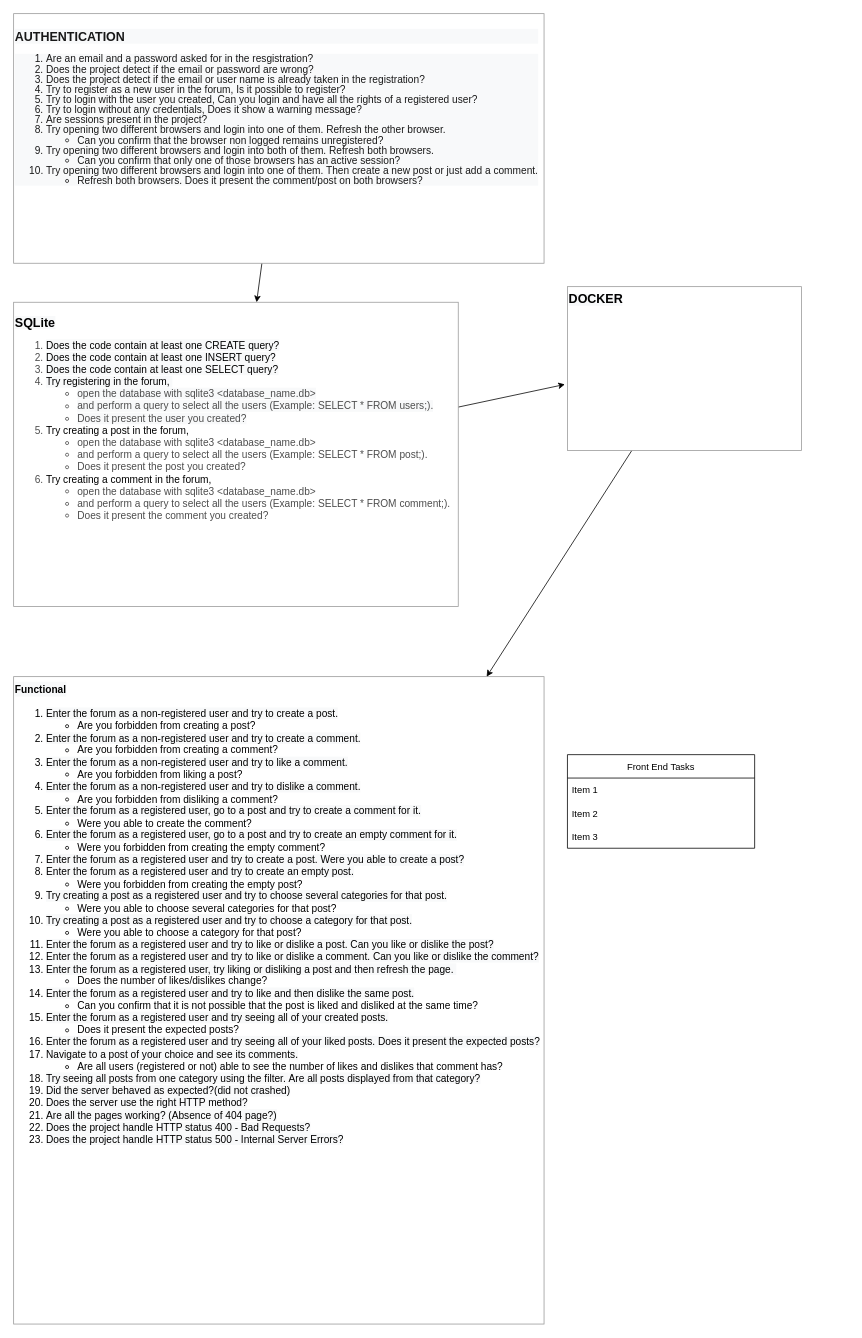
This is UML.drawio from HannahEA/forum, a draw.io file, before an edit. Source tidied: cells renumbered, new cells numbered last; positions are measured from the earlier drawing's top-left corner, leaving out a move shared by most shapes. Both pictures are drawn from the tidied source at 78%, with x=0, y=0 at pixel (13, 13).
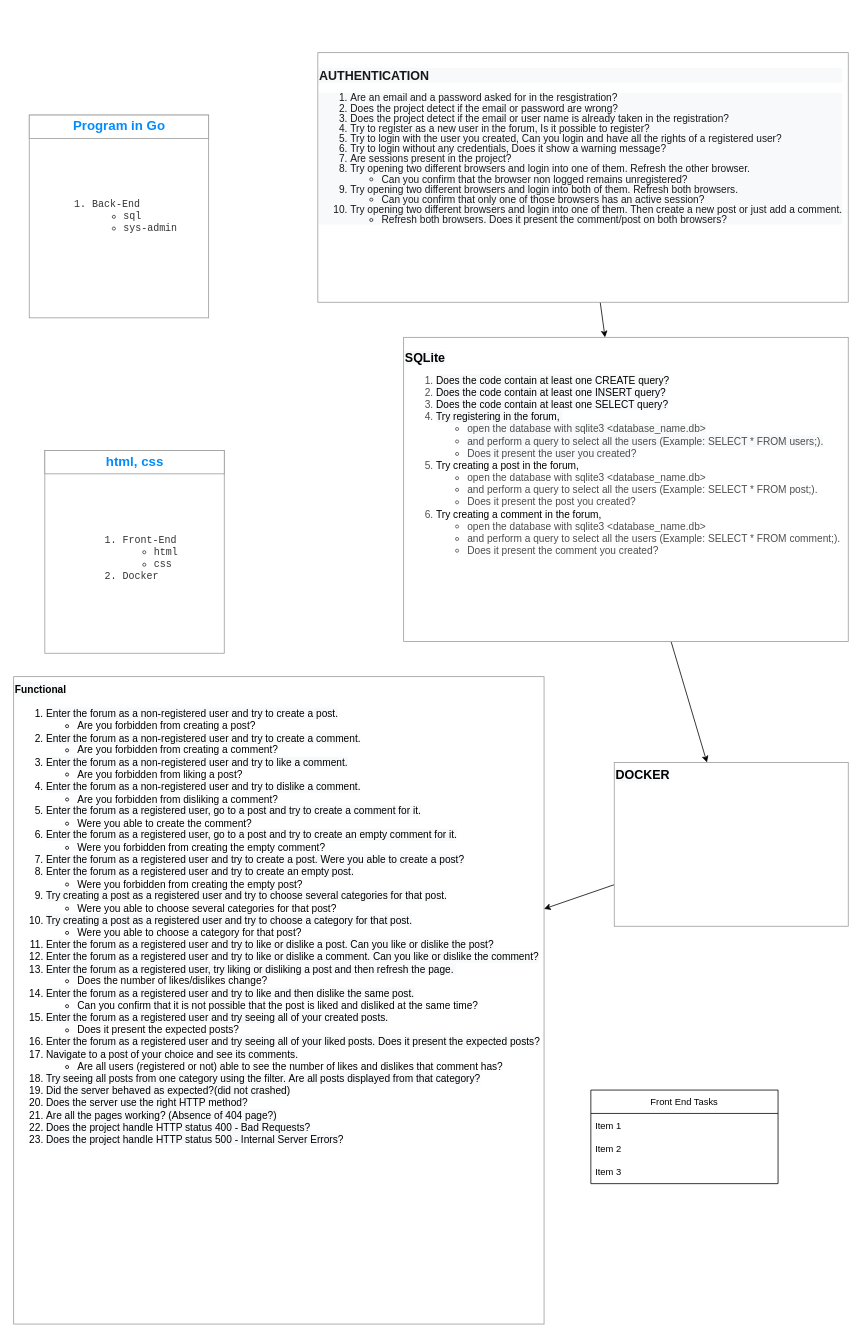
The same page after the edit.

What changed in the source:
```diff
@@
 <mxGraphModel>
   <root>
     <mxCell id="0" />
     <mxCell id="1" parent="0" />
     <mxCell id="2" value="Front End Tasks" style="swimlane;fontStyle=0;horizontal=1;startSize=30;" parent="1" vertex="1">
-      <mxGeometry x="710" y="950" width="240" height="120" as="geometry" />
+      <mxGeometry x="740" y="1380" width="240" height="120" as="geometry" />
     </mxCell>
     <mxCell id="3" value="Item 1" style="text;strokeColor=none;fillColor=none;align=left;verticalAlign=middle;spacingLeft=4;spacingRight=4;overflow=hidden;" parent="2" vertex="1">
       <mxGeometry y="30" width="240" height="30" as="geometry" />
     </mxCell>
     <mxCell id="4" value="Item 2" style="text;strokeColor=none;fillColor=none;align=left;verticalAlign=middle;spacingLeft=4;spacingRight=4;overflow=hidden;" parent="2" vertex="1">
       <mxGeometry y="60" width="240" height="30" as="geometry" />
     </mxCell>
     <mxCell id="5" value="Item 3" style="text;strokeColor=none;fillColor=none;align=left;verticalAlign=middle;spacingLeft=4;spacingRight=4;overflow=hidden;" parent="2" vertex="1">
       <mxGeometry y="90" width="240" height="30" as="geometry" />
     </mxCell>
     <mxCell id="6" style="edgeStyle=none;html=1;fontSize=13;fontColor=#4D4D4D;" parent="1" edge="1" source="7" target="9">
       <mxGeometry relative="1" as="geometry" />
     </mxCell>
     <mxCell id="7" value="&lt;p style=&quot;line-height: 0.8 ; font-size: 13px&quot;&gt;&lt;/p&gt;&lt;div style=&quot;color: rgb(0 , 0 , 0) ; font-family: &amp;#34;helvetica&amp;#34; ; font-style: normal ; letter-spacing: normal ; text-indent: 0px ; text-transform: none ; word-spacing: 0px ; background-color: rgb(248 , 249 , 250)&quot;&gt;&lt;b&gt;&lt;font style=&quot;font-size: 16px&quot;&gt;AUTHENTICATION&lt;/font&gt;&lt;/b&gt;&lt;br style=&quot;font-size: 13px&quot;&gt;&lt;/div&gt;&lt;div style=&quot;color: rgb(0 , 0 , 0) ; font-family: &amp;#34;helvetica&amp;#34; ; font-style: normal ; font-weight: 400 ; letter-spacing: normal ; text-indent: 0px ; text-transform: none ; word-spacing: 0px ; background-color: rgb(248 , 249 , 250) ; font-size: 13px ; line-height: 1&quot;&gt;&lt;ol style=&quot;font-size: 13px&quot;&gt;&lt;li style=&quot;font-size: 13px&quot;&gt;&lt;div style=&quot;font-family: &amp;#34;helvetica&amp;#34; ; display: inline ; font-size: 13px&quot;&gt;Are an email and a password asked for in the resgistration?&lt;/div&gt;&lt;/li&gt;&lt;li style=&quot;font-size: 13px&quot;&gt;Does the project detect if the email or password are wrong?&lt;/li&gt;&lt;li style=&quot;font-size: 13px&quot;&gt;Does the project detect if the email or user name is already taken in the registration?&lt;/li&gt;&lt;li style=&quot;font-size: 13px&quot;&gt;Try to register as a new user in the forum,&amp;nbsp;Is it possible to register?&lt;/li&gt;&lt;li style=&quot;font-size: 13px&quot;&gt;Try to login with the user you created,&amp;nbsp;Can you login and have all the rights of a registered user?&lt;/li&gt;&lt;li style=&quot;font-size: 13px&quot;&gt;Try to login without any credentials,&amp;nbsp;Does it show a warning message?&lt;/li&gt;&lt;li style=&quot;font-size: 13px&quot;&gt;Are sessions present in the project?&lt;/li&gt;&lt;li style=&quot;font-size: 13px&quot;&gt;Try opening two different browsers and login into one of them. Refresh the other browser.&amp;nbsp;&lt;/li&gt;&lt;ul&gt;&lt;li&gt;Can you confirm that the browser non logged remains unregistered?&lt;/li&gt;&lt;/ul&gt;&lt;li style=&quot;font-size: 13px&quot;&gt;Try opening two different browsers and login into both of them. Refresh both browsers.&amp;nbsp;&lt;/li&gt;&lt;ul&gt;&lt;li&gt;Can you confirm that only one of those browsers has an active session?&lt;/li&gt;&lt;/ul&gt;&lt;li style=&quot;font-size: 13px&quot;&gt;Try opening two different browsers and login into one of them. Then create a new post or just add a comment.&lt;/li&gt;&lt;ul&gt;&lt;li&gt;Refresh both browsers.&amp;nbsp;Does it present the comment/post on both browsers?&lt;/li&gt;&lt;/ul&gt;&lt;/ol&gt;&lt;/div&gt;&lt;p style=&quot;font-size: 13px&quot;&gt;&lt;/p&gt;" style="strokeWidth=1;shadow=0;dashed=0;align=left;html=1;shape=mxgraph.mockup.forms.rrect;rSize=0;strokeColor=#999999;fillColor=#ffffff;rounded=0;labelBackgroundColor=#ffffff;verticalAlign=top;textOpacity=90;fontSize=13;" parent="1" vertex="1">
-      <mxGeometry width="680" height="320" as="geometry" />
+      <mxGeometry x="390" y="50" width="680" height="320" as="geometry" />
     </mxCell>
-    <mxCell id="8" style="edgeStyle=none;html=1;entryX=-0.011;entryY=0.597;entryDx=0;entryDy=0;entryPerimeter=0;fontSize=13;fontColor=#4D4D4D;" parent="1" edge="1" source="9" target="12">
+    <mxCell id="8" style="edgeStyle=none;html=1;fontSize=13;fontColor=#4D4D4D;" parent="1" edge="1" source="9" target="12">
       <mxGeometry relative="1" as="geometry" />
     </mxCell>
     <mxCell id="9" value="&lt;p style=&quot;line-height: 1 ; font-size: 12px&quot;&gt;&lt;span style=&quot;font-size: 16px ; color: rgb(0 , 0 , 0) ; background-color: rgb(248 , 249 , 250)&quot;&gt;&lt;b&gt;SQLite&lt;/b&gt;&lt;/span&gt;&lt;br&gt;&lt;/p&gt;&lt;p style=&quot;line-height: 1.3 ; font-size: 12px&quot;&gt;&lt;/p&gt;&lt;ol&gt;&lt;li&gt;&lt;span style=&quot;background-color: rgb(248 , 249 , 250)&quot;&gt;&lt;font color=&quot;#000000&quot; style=&quot;font-size: 13px&quot;&gt;Does the code contain at least one CREATE query?&lt;/font&gt;&lt;/span&gt;&lt;/li&gt;&lt;li&gt;&lt;span style=&quot;background-color: rgb(248 , 249 , 250)&quot;&gt;&lt;font color=&quot;#000000&quot; style=&quot;font-size: 13px&quot;&gt;Does the code contain at least one INSERT query?&lt;br style=&quot;padding: 0px ; margin: 0px&quot;&gt;&lt;/font&gt;&lt;/span&gt;&lt;/li&gt;&lt;li&gt;&lt;span style=&quot;background-color: rgb(248 , 249 , 250)&quot;&gt;&lt;font color=&quot;#000000&quot; style=&quot;font-size: 13px&quot;&gt;Does the code contain at least one SELECT query?&lt;br style=&quot;padding: 0px ; margin: 0px&quot;&gt;&lt;/font&gt;&lt;/span&gt;&lt;/li&gt;&lt;li&gt;&lt;span style=&quot;background-color: rgb(248 , 249 , 250)&quot;&gt;&lt;font color=&quot;#000000&quot; style=&quot;font-size: 13px&quot;&gt;Try registering in the forum,&amp;nbsp;&lt;/font&gt;&lt;/span&gt;&lt;/li&gt;&lt;ul&gt;&lt;li&gt;&lt;span style=&quot;background-color: rgb(248 , 249 , 250)&quot;&gt;open the database with sqlite3 &amp;lt;database_name.db&amp;gt;&lt;/span&gt;&lt;/li&gt;&lt;li&gt;&lt;span style=&quot;background-color: rgb(248 , 249 , 250)&quot;&gt;and perform a query to select all the users (Example: SELECT * FROM users;).&lt;/span&gt;&lt;/li&gt;&lt;li&gt;&lt;span style=&quot;background-color: rgb(248 , 249 , 250)&quot;&gt;Does it present the user you created?&lt;/span&gt;&lt;/li&gt;&lt;/ul&gt;&lt;li&gt;&lt;font color=&quot;#000000&quot; style=&quot;font-size: 13px&quot;&gt;Try creating a post in the forum,&amp;nbsp;&lt;/font&gt;&lt;/li&gt;&lt;ul&gt;&lt;li&gt;open the database with sqlite3 &amp;lt;database_name.db&amp;gt;&amp;nbsp;&lt;/li&gt;&lt;li&gt;and perform a query to select all the users (Example: SELECT * FROM post;).&lt;/li&gt;&lt;li&gt;Does it present the post you created?&lt;/li&gt;&lt;/ul&gt;&lt;li&gt;&lt;font color=&quot;#000000&quot; style=&quot;font-size: 13px&quot;&gt;Try creating a comment in the forum,&amp;nbsp;&lt;/font&gt;&lt;/li&gt;&lt;ul&gt;&lt;li&gt;open the database with sqlite3 &amp;lt;database_name.db&amp;gt;&amp;nbsp;&lt;/li&gt;&lt;li&gt;and perform a query to select all the users (Example: SELECT * FROM comment;).&amp;nbsp;&lt;/li&gt;&lt;li&gt;Does it present the comment you created?&lt;/li&gt;&lt;/ul&gt;&lt;/ol&gt;&lt;p&gt;&lt;/p&gt;&lt;p&gt;&lt;/p&gt;" style="strokeWidth=1;shadow=0;dashed=0;align=left;html=1;shape=mxgraph.mockup.forms.rrect;rSize=0;strokeColor=#999999;fillColor=#ffffff;rounded=0;labelBackgroundColor=#ffffff;fontSize=13;fontColor=#4D4D4D;verticalAlign=top;" parent="1" vertex="1">
-      <mxGeometry y="370" width="570" height="390" as="geometry" />
+      <mxGeometry x="500" y="415" width="570" height="390" as="geometry" />
     </mxCell>
     <mxCell id="10" value="&lt;span style=&quot;color: rgb(0 , 0 , 0) ; background-color: rgb(248 , 249 , 250)&quot;&gt;&lt;font style=&quot;font-size: 13px&quot;&gt;&lt;b&gt;Functional&lt;/b&gt;&lt;br&gt;&lt;ol&gt;&lt;li&gt;&lt;span style=&quot;color: rgb(0 , 0 , 0) ; background-color: rgb(248 , 249 , 250)&quot;&gt;Enter the forum as a non-registered user and try to create a post.&lt;/span&gt;&lt;/li&gt;&lt;ul&gt;&lt;li&gt;Are you forbidden from creating a post?&lt;/li&gt;&lt;/ul&gt;&lt;li&gt;&lt;span style=&quot;color: rgb(0 , 0 , 0) ; background-color: rgb(248 , 249 , 250)&quot;&gt;Enter the forum as a non-registered user and try to create a comment.&lt;/span&gt;&lt;/li&gt;&lt;ul&gt;&lt;li&gt;Are you forbidden from creating a comment?&lt;/li&gt;&lt;/ul&gt;&lt;li&gt;&lt;span style=&quot;color: rgb(0 , 0 , 0) ; background-color: rgb(248 , 249 , 250)&quot;&gt;Enter the forum as a non-registered user and try to like a comment.&lt;/span&gt;&lt;/li&gt;&lt;ul&gt;&lt;li&gt;Are you forbidden from liking a post?&lt;/li&gt;&lt;/ul&gt;&lt;li&gt;&lt;span style=&quot;color: rgb(0 , 0 , 0) ; background-color: rgb(248 , 249 , 250)&quot;&gt;Enter the forum as a non-registered user and try to dislike a comment.&lt;/span&gt;&lt;/li&gt;&lt;ul&gt;&lt;li&gt;Are you forbidden from disliking a comment?&lt;/li&gt;&lt;/ul&gt;&lt;li&gt;&lt;span style=&quot;color: rgb(0 , 0 , 0) ; background-color: rgb(248 , 249 , 250)&quot;&gt;Enter the forum as a registered user, go to a post and try to create a comment for it.&lt;/span&gt;&lt;/li&gt;&lt;ul&gt;&lt;li&gt;Were you able to create the comment?&lt;/li&gt;&lt;/ul&gt;&lt;li&gt;&lt;span style=&quot;color: rgb(0 , 0 , 0) ; background-color: rgb(248 , 249 , 250)&quot;&gt;Enter the forum as a registered user, go to a post and try to create an empty comment for it.&lt;/span&gt;&lt;/li&gt;&lt;ul&gt;&lt;li&gt;Were you forbidden from creating the empty comment?&lt;/li&gt;&lt;/ul&gt;&lt;li&gt;&lt;span style=&quot;color: rgb(0 , 0 , 0) ; background-color: rgb(248 , 249 , 250)&quot;&gt;Enter the forum as a registered user and try to create a post.&amp;nbsp;&lt;/span&gt;&lt;span style=&quot;color: rgb(0 , 0 , 0) ; background-color: rgb(248 , 249 , 250)&quot;&gt;Were you able to create a post?&lt;/span&gt;&lt;/li&gt;&lt;li&gt;&lt;span style=&quot;color: rgb(0 , 0 , 0) ; background-color: rgb(248 , 249 , 250)&quot;&gt;Enter the forum as a registered user and try to create an empty post.&lt;/span&gt;&lt;/li&gt;&lt;ul&gt;&lt;li&gt;Were you forbidden from creating the empty post?&lt;/li&gt;&lt;/ul&gt;&lt;li&gt;&lt;span style=&quot;color: rgb(0 , 0 , 0) ; background-color: rgb(248 , 249 , 250)&quot;&gt;Try creating a post as a registered user and try to choose several categories for that post.&lt;/span&gt;&lt;/li&gt;&lt;ul&gt;&lt;li&gt;Were you able to choose several categories for that post?&lt;/li&gt;&lt;/ul&gt;&lt;li&gt;&lt;span style=&quot;color: rgb(0 , 0 , 0) ; background-color: rgb(248 , 249 , 250)&quot;&gt;Try creating a post as a registered user and try to choose a category for that post.&lt;/span&gt;&lt;/li&gt;&lt;ul&gt;&lt;li&gt;Were you able to choose a category for that post?&lt;/li&gt;&lt;/ul&gt;&lt;li&gt;&lt;span style=&quot;color: rgb(0 , 0 , 0) ; background-color: rgb(248 , 249 , 250)&quot;&gt;Enter the forum as a registered user and try to like or dislike a post.&amp;nbsp;&lt;/span&gt;&lt;span style=&quot;color: rgb(0 , 0 , 0) ; background-color: rgb(248 , 249 , 250)&quot;&gt;Can you like or dislike the post?&lt;/span&gt;&lt;/li&gt;&lt;li&gt;&lt;span style=&quot;color: rgb(0 , 0 , 0) ; background-color: rgb(248 , 249 , 250)&quot;&gt;Enter the forum as a registered user and try to like or dislike a comment.&amp;nbsp;&lt;/span&gt;&lt;span style=&quot;color: rgb(0 , 0 , 0) ; background-color: rgb(248 , 249 , 250)&quot;&gt;Can you like or dislike the comment?&lt;/span&gt;&lt;/li&gt;&lt;li&gt;&lt;span style=&quot;color: rgb(0 , 0 , 0) ; background-color: rgb(248 , 249 , 250)&quot;&gt;Enter the forum as a registered user, try liking or disliking a post and then refresh the page.&amp;nbsp;&lt;/span&gt;&lt;/li&gt;&lt;ul&gt;&lt;li&gt;Does the number of likes/dislikes change?&lt;/li&gt;&lt;/ul&gt;&lt;li&gt;&lt;span style=&quot;color: rgb(0 , 0 , 0) ; background-color: rgb(248 , 249 , 250)&quot;&gt;Enter the forum as a registered user and try to like and then dislike the same post.&lt;/span&gt;&lt;/li&gt;&lt;ul&gt;&lt;li&gt;Can you confirm that it is not possible that the post is liked and disliked at the same time?&lt;/li&gt;&lt;/ul&gt;&lt;li&gt;&lt;span style=&quot;color: rgb(0 , 0 , 0) ; background-color: rgb(248 , 249 , 250)&quot;&gt;Enter the forum as a registered user and try seeing all of your created posts.&lt;/span&gt;&lt;/li&gt;&lt;ul&gt;&lt;li&gt;Does it present the expected posts?&lt;/li&gt;&lt;/ul&gt;&lt;li&gt;&lt;span style=&quot;color: rgb(0 , 0 , 0) ; background-color: rgb(248 , 249 , 250)&quot;&gt;Enter the forum as a registered user and try seeing all of your liked posts.&amp;nbsp;&lt;/span&gt;&lt;span style=&quot;color: rgb(0 , 0 , 0) ; background-color: rgb(248 , 249 , 250)&quot;&gt;Does it present the expected posts?&lt;/span&gt;&lt;/li&gt;&lt;li&gt;&lt;span style=&quot;color: rgb(0 , 0 , 0) ; background-color: rgb(248 , 249 , 250)&quot;&gt;Navigate to a post of your choice and see its comments.&lt;/span&gt;&lt;/li&gt;&lt;ul&gt;&lt;li&gt;Are all users (registered or not) able to see the number of likes and dislikes that comment has?&lt;/li&gt;&lt;/ul&gt;&lt;li&gt;&lt;span style=&quot;color: rgb(0 , 0 , 0) ; background-color: rgb(248 , 249 , 250)&quot;&gt;Try seeing all posts from one category using the filter.&amp;nbsp;&lt;/span&gt;&lt;span style=&quot;color: rgb(0 , 0 , 0) ; background-color: rgb(248 , 249 , 250)&quot;&gt;Are all posts displayed from that category?&lt;/span&gt;&lt;/li&gt;&lt;li&gt;&lt;span style=&quot;color: rgb(0 , 0 , 0) ; background-color: rgb(248 , 249 , 250)&quot;&gt;Did the server behaved as expected?(did not crashed)&lt;/span&gt;&lt;/li&gt;&lt;li&gt;&lt;span style=&quot;color: rgb(0 , 0 , 0) ; background-color: rgb(248 , 249 , 250)&quot;&gt;Does the server use the right HTTP method?&lt;/span&gt;&lt;/li&gt;&lt;li&gt;&lt;span style=&quot;color: rgb(0 , 0 , 0) ; background-color: rgb(248 , 249 , 250)&quot;&gt;Are all the pages working? (Absence of 404 page?)&lt;/span&gt;&lt;/li&gt;&lt;li&gt;&lt;span style=&quot;color: rgb(0 , 0 , 0) ; background-color: rgb(248 , 249 , 250)&quot;&gt;Does the project handle HTTP status 400 - Bad Requests?&lt;/span&gt;&lt;/li&gt;&lt;li&gt;&lt;span style=&quot;color: rgb(0 , 0 , 0) ; background-color: rgb(248 , 249 , 250)&quot;&gt;Does the project handle HTTP status 500 - Internal Server Errors?&lt;/span&gt;&lt;/li&gt;&lt;/ol&gt;&lt;/font&gt;&lt;/span&gt;" style="strokeWidth=1;shadow=0;dashed=0;align=left;html=1;shape=mxgraph.mockup.forms.rrect;rSize=0;strokeColor=#999999;fillColor=#ffffff;rounded=0;labelBackgroundColor=#ffffff;fontSize=17;fontColor=#4D4D4D;verticalAlign=top;" parent="1" vertex="1">
       <mxGeometry y="850" width="680" height="830" as="geometry" />
     </mxCell>
     <mxCell id="11" style="edgeStyle=none;html=1;fontSize=13;fontColor=#4D4D4D;" parent="1" edge="1" source="12" target="10">
       <mxGeometry relative="1" as="geometry" />
     </mxCell>
     <mxCell id="12" value="&lt;span style=&quot;color: rgb(0 , 0 , 0) ; font-family: &amp;#34;helvetica&amp;#34; ; background-color: rgb(248 , 249 , 250)&quot;&gt;&lt;b&gt;&lt;font style=&quot;font-size: 16px&quot;&gt;DOCKER&lt;/font&gt;&lt;/b&gt;&lt;/span&gt;" style="strokeWidth=1;shadow=0;dashed=0;align=left;html=1;shape=mxgraph.mockup.forms.rrect;rSize=0;strokeColor=#999999;fillColor=#ffffff;rounded=0;labelBackgroundColor=#ffffff;fontSize=13;fontColor=#4D4D4D;verticalAlign=top;" parent="1" vertex="1">
-      <mxGeometry x="710" y="350" width="300" height="210" as="geometry" />
+      <mxGeometry x="770" y="960" width="300" height="210" as="geometry" />
     </mxCell>
+    <mxCell id="13" value="&lt;ol style=&quot;color: rgb(51 , 51 , 51) ; font-family: &amp;#34;ibm plex mono&amp;#34; , monospace ; font-size: 12.8px ; text-align: left&quot;&gt;&lt;li&gt;Back-End&lt;/li&gt;&lt;ul&gt;&lt;li&gt;sql&lt;/li&gt;&lt;li&gt;sys-admin&lt;/li&gt;&lt;/ul&gt;&lt;/ol&gt;" style="strokeWidth=1;shadow=0;dashed=0;align=center;html=1;shape=mxgraph.mockup.forms.rrect;rSize=0;strokeColor=#999999;fillColor=#ffffff;rounded=0;labelBackgroundColor=#ffffff;fontSize=13;fontColor=#4D4D4D;" parent="1" vertex="1">
+      <mxGeometry x="20" y="130" width="230" height="260" as="geometry" />
+    </mxCell>
+    <mxCell id="14" value="&lt;b&gt;Program in Go&lt;/b&gt;" style="strokeWidth=1;shadow=0;dashed=0;align=center;html=1;shape=mxgraph.mockup.forms.rrect;rSize=0;strokeColor=#999999;fontColor=#008cff;fontSize=17;fillColor=#ffffff;rounded=0;labelBackgroundColor=#ffffff;" parent="13" vertex="1">
+      <mxGeometry width="230" height="30" relative="1" as="geometry" />
+    </mxCell>
+    <mxCell id="15" value="&lt;div style=&quot;text-align: left&quot;&gt;&lt;font color=&quot;#333333&quot; face=&quot;ibm plex mono, monospace&quot;&gt;&lt;span style=&quot;font-size: 12.8px&quot;&gt;&lt;br&gt;&lt;/span&gt;&lt;/font&gt;&lt;/div&gt;&lt;ol style=&quot;color: rgb(51 , 51 , 51) ; font-family: &amp;#34;ibm plex mono&amp;#34; , monospace ; font-size: 12.8px ; text-align: left&quot;&gt;&lt;li&gt;Front-End&lt;/li&gt;&lt;ul&gt;&lt;li&gt;html&lt;/li&gt;&lt;li&gt;css&lt;/li&gt;&lt;/ul&gt;&lt;li&gt;Docker&lt;/li&gt;&lt;/ol&gt;" style="strokeWidth=1;shadow=0;dashed=0;align=center;html=1;shape=mxgraph.mockup.forms.rrect;rSize=0;strokeColor=#999999;fillColor=#ffffff;rounded=0;labelBackgroundColor=#ffffff;fontSize=13;fontColor=#4D4D4D;" parent="1" vertex="1">
+      <mxGeometry x="40" y="560" width="230" height="260" as="geometry" />
+    </mxCell>
+    <mxCell id="16" value="&lt;b&gt;html, css&lt;/b&gt;" style="strokeWidth=1;shadow=0;dashed=0;align=center;html=1;shape=mxgraph.mockup.forms.rrect;rSize=0;strokeColor=#999999;fontColor=#008cff;fontSize=17;fillColor=#ffffff;rounded=0;labelBackgroundColor=#ffffff;" parent="15" vertex="1">
+      <mxGeometry width="230" height="30" relative="1" as="geometry" />
+    </mxCell>
   </root>
 </mxGraphModel>
```
